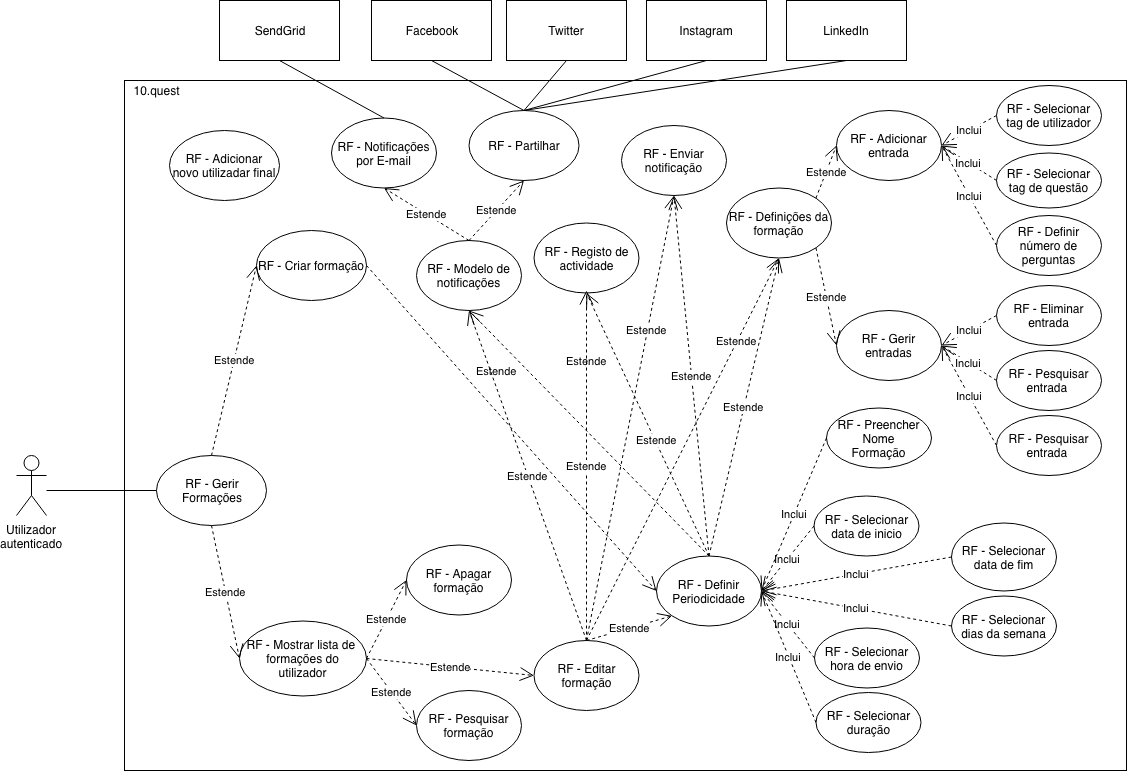
BrunoGrifo/Tese keeps this draw.io diagram as img/rf/gerir-formacoes.png. Above is the earlier version. Source tidied: cells renumbered, new cells last; positions are measured from the earlier drawing's top-left corner, leaving out a move shared by most shapes.
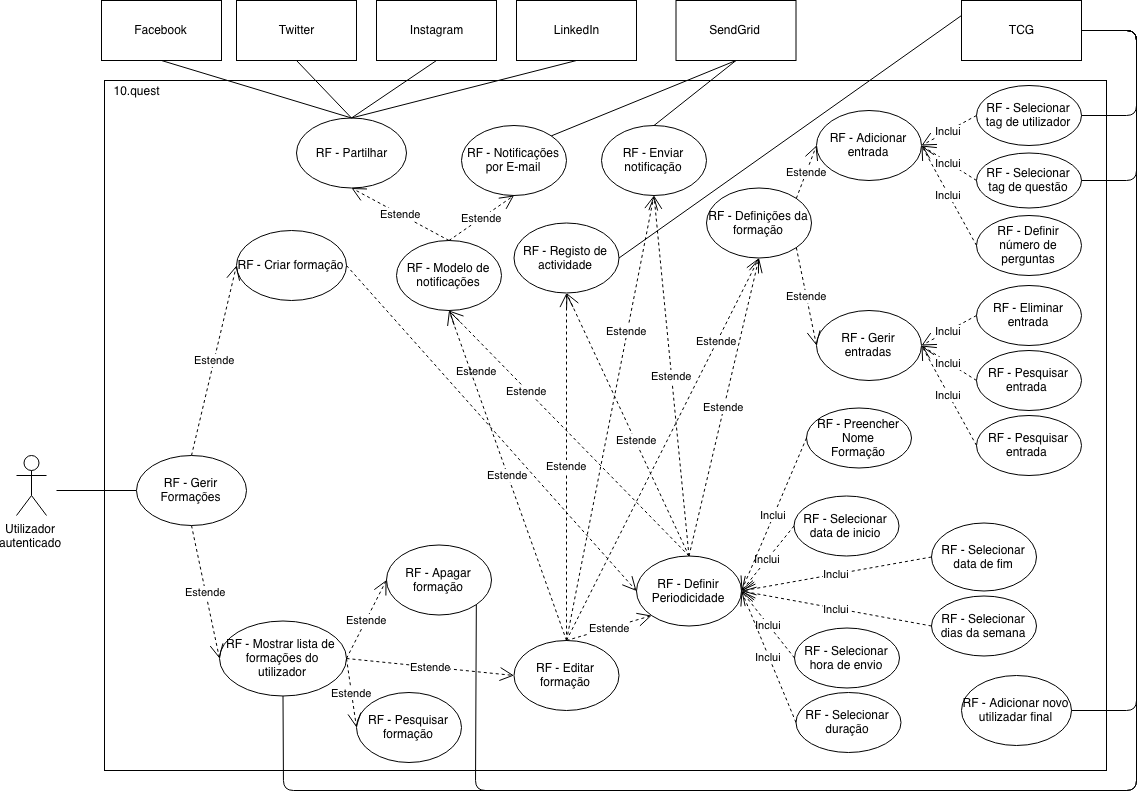
After the commit.

Diff of the diagram source:
```diff
@@ -6,14 +6,14 @@
       <mxGeometry x="108" y="80" width="1002" height="690" as="geometry" />
     </mxCell>
     <mxCell id="3" value="Utilizador&lt;br&gt;autenticado" style="shape=umlActor;verticalLabelPosition=bottom;labelBackgroundColor=#ffffff;verticalAlign=top;html=1;" parent="1" vertex="1">
-      <mxGeometry y="455" width="30" height="60" as="geometry" />
+      <mxGeometry x="20" y="455" width="30" height="60" as="geometry" />
     </mxCell>
     <mxCell id="4" value="10.quest" style="text;html=1;strokeColor=none;fillColor=none;align=center;verticalAlign=middle;whiteSpace=wrap;rounded=0;" parent="1" vertex="1">
       <mxGeometry x="120" y="80" width="40" height="20" as="geometry" />
     </mxCell>
     <mxCell id="5" style="endArrow=none;html=1;entryX=0;entryY=0.5;entryDx=0;entryDy=0;" parent="1" edge="1" target="17">
       <mxGeometry relative="1" as="geometry">
-        <mxPoint x="30" y="490" as="sourcePoint" />
+        <mxPoint x="60" y="490" as="sourcePoint" />
       </mxGeometry>
     </mxCell>
     <mxCell id="6" value="RF - Criar formação" style="ellipse;whiteSpace=wrap;html=1;" parent="1" vertex="1">
@@ -23,19 +23,19 @@
       <mxGeometry relative="1" as="geometry" />
     </mxCell>
     <mxCell id="8" value="RF - Partilhar" style="ellipse;whiteSpace=wrap;html=1;" parent="1" vertex="1">
-      <mxGeometry x="452.5" y="110" width="110" height="70" as="geometry" />
+      <mxGeometry x="300" y="117.5" width="110" height="70" as="geometry" />
     </mxCell>
     <mxCell id="9" value="Facebook" style="rounded=0;whiteSpace=wrap;html=1;" parent="1" vertex="1">
-      <mxGeometry x="355" width="120" height="60" as="geometry" />
+      <mxGeometry x="105" width="120" height="60" as="geometry" />
     </mxCell>
     <mxCell id="10" value="Twitter" style="rounded=0;whiteSpace=wrap;html=1;" parent="1" vertex="1">
-      <mxGeometry x="490" width="120" height="60" as="geometry" />
+      <mxGeometry x="240" width="120" height="60" as="geometry" />
     </mxCell>
     <mxCell id="11" value="Instagram" style="rounded=0;whiteSpace=wrap;html=1;" parent="1" vertex="1">
-      <mxGeometry x="630" width="120" height="60" as="geometry" />
+      <mxGeometry x="380" width="120" height="60" as="geometry" />
     </mxCell>
     <mxCell id="12" value="LinkedIn" style="rounded=0;whiteSpace=wrap;html=1;" parent="1" vertex="1">
-      <mxGeometry x="770" width="120" height="60" as="geometry" />
+      <mxGeometry x="520" width="120" height="60" as="geometry" />
     </mxCell>
     <mxCell id="13" style="endArrow=none;html=1;exitX=0.5;exitY=1;exitDx=0;exitDy=0;entryX=0.5;entryY=0;entryDx=0;entryDy=0;" parent="1" edge="1" source="10" target="8">
       <mxGeometry relative="1" as="geometry" />
@@ -65,7 +65,7 @@
       <mxGeometry x="517.5" y="640" width="105" height="70" as="geometry" />
     </mxCell>
     <mxCell id="22" value="RF - Pesquisar formação" style="ellipse;whiteSpace=wrap;html=1;" parent="1" vertex="1">
-      <mxGeometry x="400" y="690" width="105" height="70" as="geometry" />
+      <mxGeometry x="360" y="692" width="105" height="70" as="geometry" />
     </mxCell>
     <mxCell id="23" value="Estende" style="endArrow=open;endSize=12;dashed=1;html=1;entryX=0;entryY=0.5;entryDx=0;entryDy=0;exitX=1;exitY=0.5;exitDx=0;exitDy=0;" parent="1" edge="1" source="18" target="20">
       <mxGeometry relative="1" as="geometry" />
@@ -128,10 +128,10 @@
       <mxGeometry relative="1" as="geometry" />
     </mxCell>
     <mxCell id="43" value="Estende" style="endArrow=open;endSize=12;dashed=1;html=1;entryX=0.5;entryY=1;entryDx=0;entryDy=0;exitX=0.5;exitY=0;exitDx=0;exitDy=0;" parent="1" edge="1" source="26" target="41">
-      <mxGeometry x="0.31" y="-49" relative="1" as="geometry" />
+      <mxGeometry x="0.35" y="1" relative="1" as="geometry" />
     </mxCell>
     <mxCell id="44" value="RF - Notificações por E-mail" style="ellipse;whiteSpace=wrap;html=1;" parent="1" vertex="1">
-      <mxGeometry x="315" y="117.5" width="105" height="70" as="geometry" />
+      <mxGeometry x="465" y="125" width="105" height="70" as="geometry" />
     </mxCell>
     <mxCell id="45" value="Estende" style="endArrow=open;endSize=12;dashed=1;html=1;entryX=0.5;entryY=1;entryDx=0;entryDy=0;exitX=0.5;exitY=0;exitDx=0;exitDy=0;" parent="1" edge="1" source="41" target="8">
       <mxGeometry relative="1" as="geometry" />
@@ -202,10 +202,8 @@
     <mxCell id="67" value="Estende" style="endArrow=open;endSize=12;dashed=1;html=1;entryX=0.5;entryY=1;entryDx=0;entryDy=0;exitX=0.5;exitY=0;exitDx=0;exitDy=0;" parent="1" edge="1" source="21" target="41">
       <mxGeometry relative="1" as="geometry" />
     </mxCell>
-    <mxCell id="68" value="Estende" style="endArrow=open;endSize=12;dashed=1;html=1;exitX=0.5;exitY=0;exitDx=0;exitDy=0;" parent="1" edge="1" source="21">
-      <mxGeometry relative="1" as="geometry">
-        <mxPoint x="570" y="290" as="targetPoint" />
-      </mxGeometry>
+    <mxCell id="68" value="Estende" style="endArrow=open;endSize=12;dashed=1;html=1;exitX=0.5;exitY=0;exitDx=0;exitDy=0;entryX=0.5;entryY=1;entryDx=0;entryDy=0;" parent="1" edge="1" source="21" target="50">
+      <mxGeometry relative="1" as="geometry" />
     </mxCell>
     <mxCell id="69" value="Estende" style="endArrow=open;endSize=12;dashed=1;html=1;entryX=0.5;entryY=1;entryDx=0;entryDy=0;exitX=0.5;exitY=0;exitDx=0;exitDy=0;" parent="1" edge="1" source="21" target="49">
       <mxGeometry x="0.39" y="1" relative="1" as="geometry" />
@@ -217,13 +215,64 @@
       <mxGeometry relative="1" as="geometry" />
     </mxCell>
     <mxCell id="72" value="SendGrid" style="rounded=0;whiteSpace=wrap;html=1;" parent="1" vertex="1">
-      <mxGeometry x="203" width="120" height="60" as="geometry" />
+      <mxGeometry x="679.5" width="120" height="60" as="geometry" />
     </mxCell>
-    <mxCell id="73" style="endArrow=none;html=1;entryX=0.5;entryY=0;entryDx=0;entryDy=0;exitX=0.5;exitY=1;exitDx=0;exitDy=0;" parent="1" edge="1" source="72" target="44">
+    <mxCell id="73" style="endArrow=none;html=1;entryX=1;entryY=0;entryDx=0;entryDy=0;exitX=0.5;exitY=1;exitDx=0;exitDy=0;" parent="1" edge="1" source="72" target="44">
       <mxGeometry relative="1" as="geometry" />
     </mxCell>
     <mxCell id="74" value="RF - Adicionar novo utilizadar final" style="ellipse;whiteSpace=wrap;html=1;" parent="1" vertex="1">
-      <mxGeometry x="153" y="130" width="110" height="70" as="geometry" />
+      <mxGeometry x="965" y="675" width="110" height="70" as="geometry" />
     </mxCell>
+    <mxCell id="75" value="TCG" style="rounded=0;whiteSpace=wrap;html=1;" parent="1" vertex="1">
+      <mxGeometry x="965" width="120" height="60" as="geometry" />
+    </mxCell>
+    <mxCell id="76" style="endArrow=none;html=1;entryX=1;entryY=0.5;entryDx=0;entryDy=0;exitX=1;exitY=0.5;exitDx=0;exitDy=0;" parent="1" edge="1" source="75" target="74">
+      <mxGeometry relative="1" as="geometry">
+        <Array as="points">
+          <mxPoint x="1140" y="30" />
+          <mxPoint x="1140" y="710" />
+        </Array>
+      </mxGeometry>
+    </mxCell>
+    <mxCell id="77" style="endArrow=none;html=1;entryX=0.5;entryY=0;entryDx=0;entryDy=0;exitX=0.5;exitY=1;exitDx=0;exitDy=0;" parent="1" edge="1" source="72" target="49">
+      <mxGeometry relative="1" as="geometry" />
+    </mxCell>
+    <mxCell id="78" style="endArrow=none;html=1;entryX=1;entryY=0.5;entryDx=0;entryDy=0;exitX=1;exitY=0.5;exitDx=0;exitDy=0;" parent="1" edge="1" source="56" target="75">
+      <mxGeometry relative="1" as="geometry">
+        <Array as="points">
+          <mxPoint x="1140" y="115" />
+          <mxPoint x="1140" y="30" />
+        </Array>
+      </mxGeometry>
+    </mxCell>
+    <mxCell id="79" style="endArrow=none;html=1;entryX=1;entryY=0.5;entryDx=0;entryDy=0;exitX=1;exitY=0.5;exitDx=0;exitDy=0;" parent="1" edge="1" source="57" target="75">
+      <mxGeometry relative="1" as="geometry">
+        <Array as="points">
+          <mxPoint x="1140" y="180" />
+          <mxPoint x="1140" y="30" />
+        </Array>
+      </mxGeometry>
+    </mxCell>
+    <mxCell id="80" style="endArrow=none;html=1;entryX=1;entryY=0.5;entryDx=0;entryDy=0;exitX=0.5;exitY=1;exitDx=0;exitDy=0;" parent="1" edge="1" source="18" target="75">
+      <mxGeometry relative="1" as="geometry">
+        <Array as="points">
+          <mxPoint x="287" y="790" />
+          <mxPoint x="1140" y="790" />
+          <mxPoint x="1140" y="30" />
+        </Array>
+      </mxGeometry>
+    </mxCell>
+    <mxCell id="81" style="endArrow=none;html=1;entryX=1;entryY=1;entryDx=0;entryDy=0;exitX=1;exitY=0.5;exitDx=0;exitDy=0;" parent="1" edge="1" source="75" target="20">
+      <mxGeometry relative="1" as="geometry">
+        <Array as="points">
+          <mxPoint x="1140" y="30" />
+          <mxPoint x="1140" y="790" />
+          <mxPoint x="479" y="790" />
+        </Array>
+      </mxGeometry>
+    </mxCell>
+    <mxCell id="82" style="endArrow=none;html=1;exitX=1;exitY=0.5;exitDx=0;exitDy=0;entryX=0;entryY=0.25;entryDx=0;entryDy=0;" parent="1" edge="1" source="50" target="75">
+      <mxGeometry relative="1" as="geometry" />
+    </mxCell>
   </root>
 </mxGraphModel>
```
